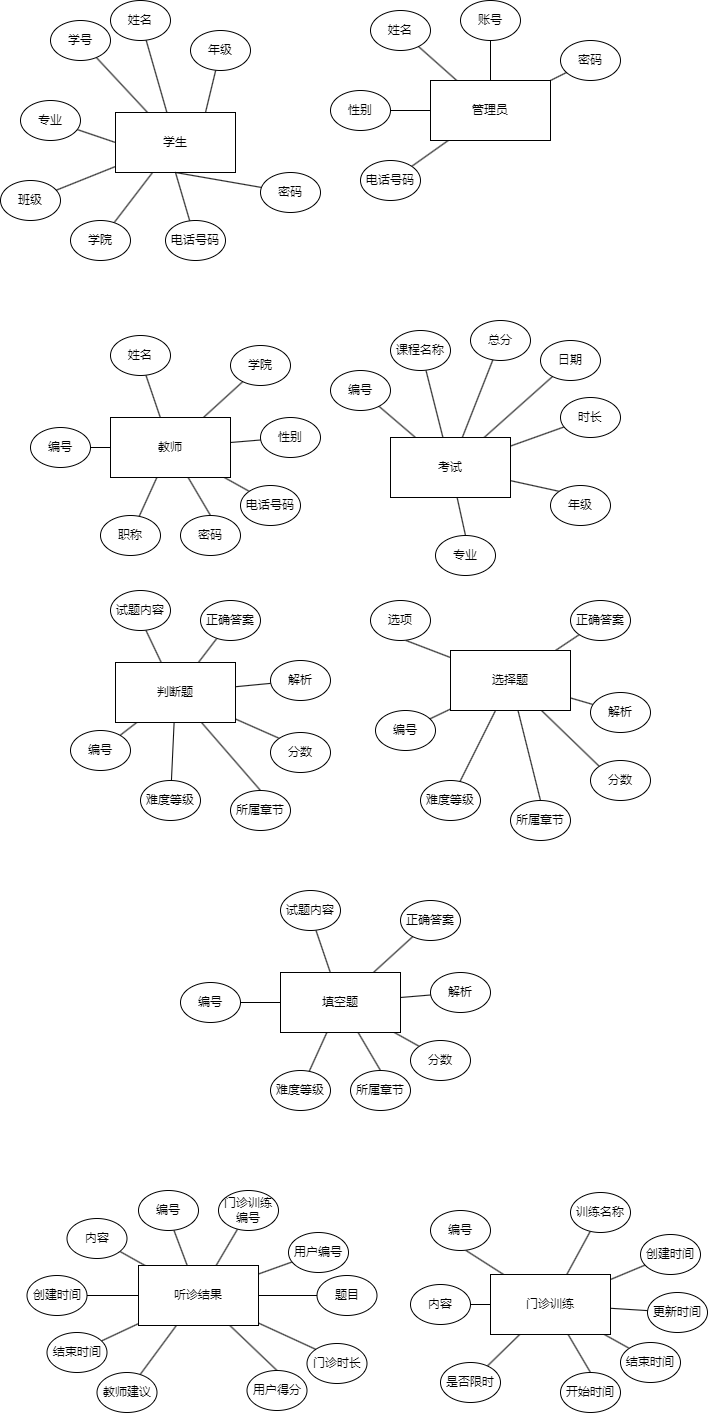
Above: 实体及属性.drawio.png in JackeyTower/pic-work (draw.io), before the change. Source tidied: cells renumbered, new cells last; positions are measured from the earlier drawing's top-left corner, leaving out a move shared by most shapes.
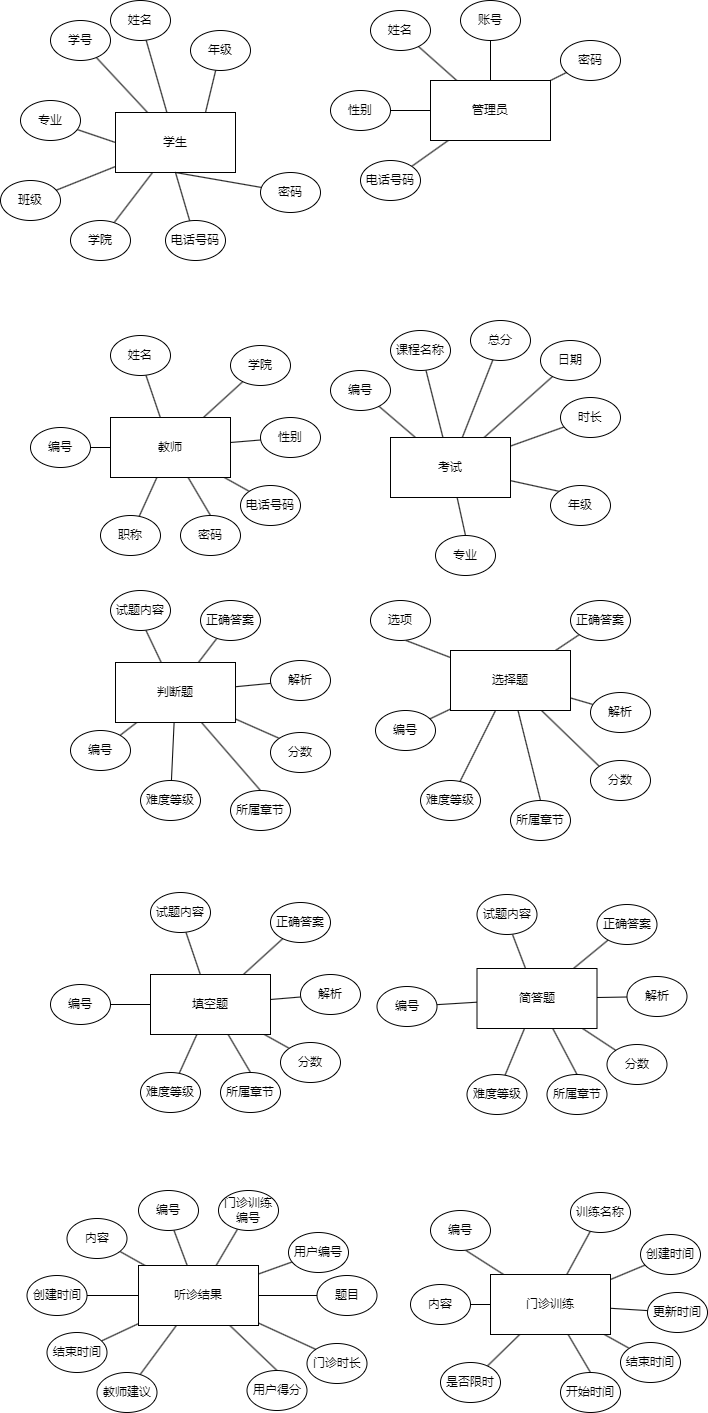
The same file after the commit.

Commit message:
更新实体及属性.drawio.png

What changed in the source:
```diff
@@ -288,28 +288,28 @@
       <mxGeometry relative="1" as="geometry" />
     </mxCell>
     <mxCell id="97" value="填空题" style="rounded=0;whiteSpace=wrap;html=1;" parent="1" vertex="1">
-      <mxGeometry x="280" y="972" width="120" height="60" as="geometry" />
+      <mxGeometry x="150" y="974" width="120" height="60" as="geometry" />
     </mxCell>
     <mxCell id="98" value="正确答案" style="ellipse;whiteSpace=wrap;html=1;" parent="1" vertex="1">
-      <mxGeometry x="400" y="900" width="60" height="40" as="geometry" />
+      <mxGeometry x="270" y="902" width="60" height="40" as="geometry" />
     </mxCell>
     <mxCell id="99" value="试题内容" style="ellipse;whiteSpace=wrap;html=1;" parent="1" vertex="1">
-      <mxGeometry x="280" y="890" width="60" height="40" as="geometry" />
+      <mxGeometry x="150" y="892" width="60" height="40" as="geometry" />
     </mxCell>
     <mxCell id="100" value="编号" style="ellipse;whiteSpace=wrap;html=1;" parent="1" vertex="1">
-      <mxGeometry x="180" y="982" width="60" height="40" as="geometry" />
+      <mxGeometry x="50" y="984" width="60" height="40" as="geometry" />
     </mxCell>
     <mxCell id="101" value="解析" style="ellipse;whiteSpace=wrap;html=1;" parent="1" vertex="1">
-      <mxGeometry x="430" y="972" width="60" height="40" as="geometry" />
+      <mxGeometry x="300" y="974" width="60" height="40" as="geometry" />
     </mxCell>
     <mxCell id="102" value="分数" style="ellipse;whiteSpace=wrap;html=1;" parent="1" vertex="1">
-      <mxGeometry x="410" y="1040" width="60" height="40" as="geometry" />
+      <mxGeometry x="280" y="1042" width="60" height="40" as="geometry" />
     </mxCell>
     <mxCell id="103" value="所属章节" style="ellipse;whiteSpace=wrap;html=1;" parent="1" vertex="1">
-      <mxGeometry x="350" y="1070" width="60" height="40" as="geometry" />
+      <mxGeometry x="220" y="1072" width="60" height="40" as="geometry" />
     </mxCell>
     <mxCell id="104" value="难度等级" style="ellipse;whiteSpace=wrap;html=1;" parent="1" vertex="1">
-      <mxGeometry x="270" y="1070" width="60" height="40" as="geometry" />
+      <mxGeometry x="140" y="1072" width="60" height="40" as="geometry" />
     </mxCell>
     <mxCell id="105" style="rounded=0;jettySize=auto;html=1;endArrow=none;endFill=0;entryX=0.592;entryY=1;entryDx=0;entryDy=0;entryPerimeter=0;" parent="1" edge="1" source="113" target="115">
       <mxGeometry relative="1" as="geometry" />
@@ -425,5 +425,50 @@
     <mxCell id="142" value="结束时间" style="ellipse;whiteSpace=wrap;html=1;" parent="1" vertex="1">
       <mxGeometry x="46.5" y="1332" width="60" height="40" as="geometry" />
     </mxCell>
+    <mxCell id="143" style="rounded=0;jettySize=auto;html=1;endArrow=none;endFill=0;entryX=0.592;entryY=1;entryDx=0;entryDy=0;entryPerimeter=0;" parent="1" edge="1" source="150" target="152">
+      <mxGeometry relative="1" as="geometry" />
+    </mxCell>
+    <mxCell id="144" style="rounded=0;jettySize=auto;html=1;endArrow=none;endFill=0;" parent="1" edge="1" source="150" target="154">
+      <mxGeometry relative="1" as="geometry" />
+    </mxCell>
+    <mxCell id="145" style="rounded=0;jettySize=auto;html=1;endArrow=none;endFill=0;" parent="1" edge="1" source="150" target="151">
+      <mxGeometry relative="1" as="geometry" />
+    </mxCell>
+    <mxCell id="146" style="rounded=0;jettySize=auto;html=1;endArrow=none;endFill=0;" parent="1" edge="1" source="150" target="153">
+      <mxGeometry relative="1" as="geometry" />
+    </mxCell>
+    <mxCell id="147" style="rounded=0;jettySize=auto;html=1;endArrow=none;endFill=0;" parent="1" edge="1" source="150" target="157">
+      <mxGeometry relative="1" as="geometry" />
+    </mxCell>
+    <mxCell id="148" style="rounded=0;jettySize=auto;html=1;entryX=0.5;entryY=0;entryDx=0;entryDy=0;endArrow=none;endFill=0;" parent="1" edge="1" source="150" target="156">
+      <mxGeometry relative="1" as="geometry" />
+    </mxCell>
+    <mxCell id="149" style="rounded=0;jettySize=auto;html=1;entryX=0;entryY=0;entryDx=0;entryDy=0;endArrow=none;endFill=0;" parent="1" edge="1" source="150" target="155">
+      <mxGeometry relative="1" as="geometry" />
+    </mxCell>
+    <mxCell id="150" value="简答题" style="rounded=0;whiteSpace=wrap;html=1;" parent="1" vertex="1">
+      <mxGeometry x="476.5" y="968" width="120" height="60" as="geometry" />
+    </mxCell>
+    <mxCell id="151" value="正确答案" style="ellipse;whiteSpace=wrap;html=1;" parent="1" vertex="1">
+      <mxGeometry x="596.5" y="904" width="60" height="40" as="geometry" />
+    </mxCell>
+    <mxCell id="152" value="试题内容" style="ellipse;whiteSpace=wrap;html=1;" parent="1" vertex="1">
+      <mxGeometry x="476.5" y="894" width="60" height="40" as="geometry" />
+    </mxCell>
+    <mxCell id="153" value="编号" style="ellipse;whiteSpace=wrap;html=1;" parent="1" vertex="1">
+      <mxGeometry x="376.5" y="986" width="60" height="40" as="geometry" />
+    </mxCell>
+    <mxCell id="154" value="解析" style="ellipse;whiteSpace=wrap;html=1;" parent="1" vertex="1">
+      <mxGeometry x="626.5" y="976" width="60" height="40" as="geometry" />
+    </mxCell>
+    <mxCell id="155" value="分数" style="ellipse;whiteSpace=wrap;html=1;" parent="1" vertex="1">
+      <mxGeometry x="606.5" y="1044" width="60" height="40" as="geometry" />
+    </mxCell>
+    <mxCell id="156" value="所属章节" style="ellipse;whiteSpace=wrap;html=1;" parent="1" vertex="1">
+      <mxGeometry x="546.5" y="1074" width="60" height="40" as="geometry" />
+    </mxCell>
+    <mxCell id="157" value="难度等级" style="ellipse;whiteSpace=wrap;html=1;" parent="1" vertex="1">
+      <mxGeometry x="466.5" y="1074" width="60" height="40" as="geometry" />
+    </mxCell>
   </root>
 </mxGraphModel>
```
